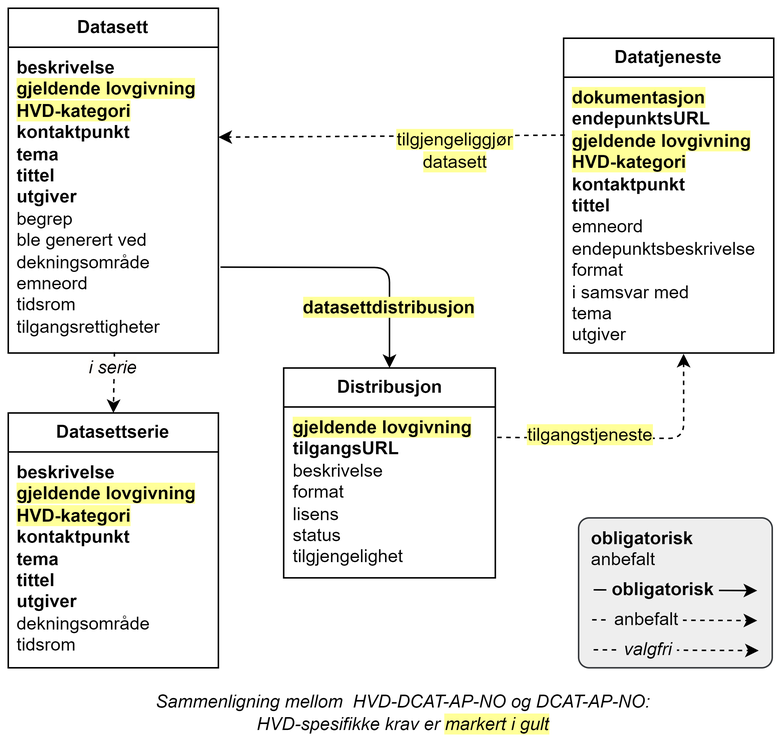
This is docs/images/HVD-DCAT-AP-NO-forenklet-fremstilling.png from Informasjonsforvaltning/hvd-dcat-ap-no, a draw.io export, as it was before one commit. Source tidied: cells renumbered, new cells last; positions are measured from the earlier drawing's top-left corner, leaving out a move shared by most shapes.
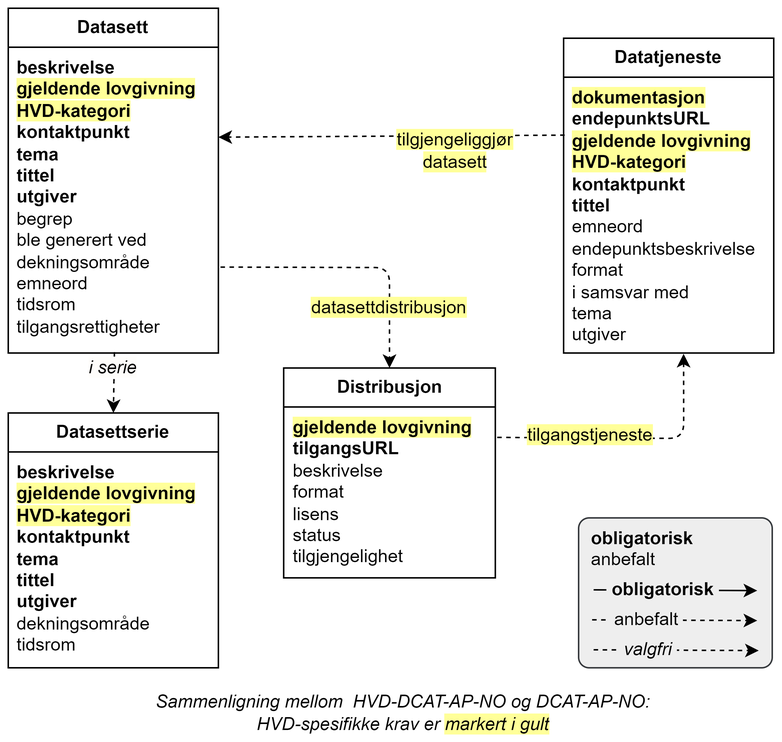
Above is the later version.

Change to the diagram source:
```diff
@@ -37,14 +37,14 @@
     <mxCell id="12" value="&lt;div&gt;&lt;span style=&quot;background-color: rgb(255, 255, 153);&quot;&gt;tilgjengeliggjør datasett&lt;/span&gt;&lt;/div&gt;" style="text;html=1;align=center;verticalAlign=middle;whiteSpace=wrap;rounded=0;" parent="1" vertex="1">
       <mxGeometry x="250" y="80" width="95.5" height="30" as="geometry" />
     </mxCell>
-    <mxCell id="13" style="endArrow=classic;html=1;rounded=1;exitX=1.01;exitY=0.719;exitDx=0;exitDy=0;exitPerimeter=0;entryX=0.5;entryY=0;entryDx=0;entryDy=0;curved=0;" parent="1" edge="1" source="3" target="6">
+    <mxCell id="13" style="endArrow=classic;html=1;rounded=1;exitX=1.01;exitY=0.719;exitDx=0;exitDy=0;exitPerimeter=0;entryX=0.5;entryY=0;entryDx=0;entryDy=0;curved=0;dashed=1;" parent="1" edge="1" source="3" target="6">
       <mxGeometry relative="1" as="geometry">
         <Array as="points">
           <mxPoint x="254" y="173" />
         </Array>
       </mxGeometry>
     </mxCell>
-    <mxCell id="14" value="&lt;div&gt;&lt;span style=&quot;background-color: rgb(255, 255, 153);&quot;&gt;&lt;b&gt;datasettdistribusjon&lt;/b&gt;&lt;/span&gt;&lt;/div&gt;" style="text;html=1;align=center;verticalAlign=middle;whiteSpace=wrap;rounded=0;" parent="1" vertex="1">
+    <mxCell id="14" value="&lt;div&gt;&lt;span style=&quot;background-color: rgb(255, 255, 153);&quot;&gt;datasettdistribusjon&lt;/span&gt;&lt;/div&gt;" style="text;html=1;align=center;verticalAlign=middle;whiteSpace=wrap;rounded=0;" parent="1" vertex="1">
       <mxGeometry x="224" y="190" width="60" height="20" as="geometry" />
     </mxCell>
     <mxCell id="15" style="endArrow=classic;html=1;rounded=1;entryX=0.571;entryY=1.003;entryDx=0;entryDy=0;entryPerimeter=0;curved=0;dashed=1;exitX=1.009;exitY=0.178;exitDx=0;exitDy=0;exitPerimeter=0;" parent="1" edge="1" source="7" target="5">
```
